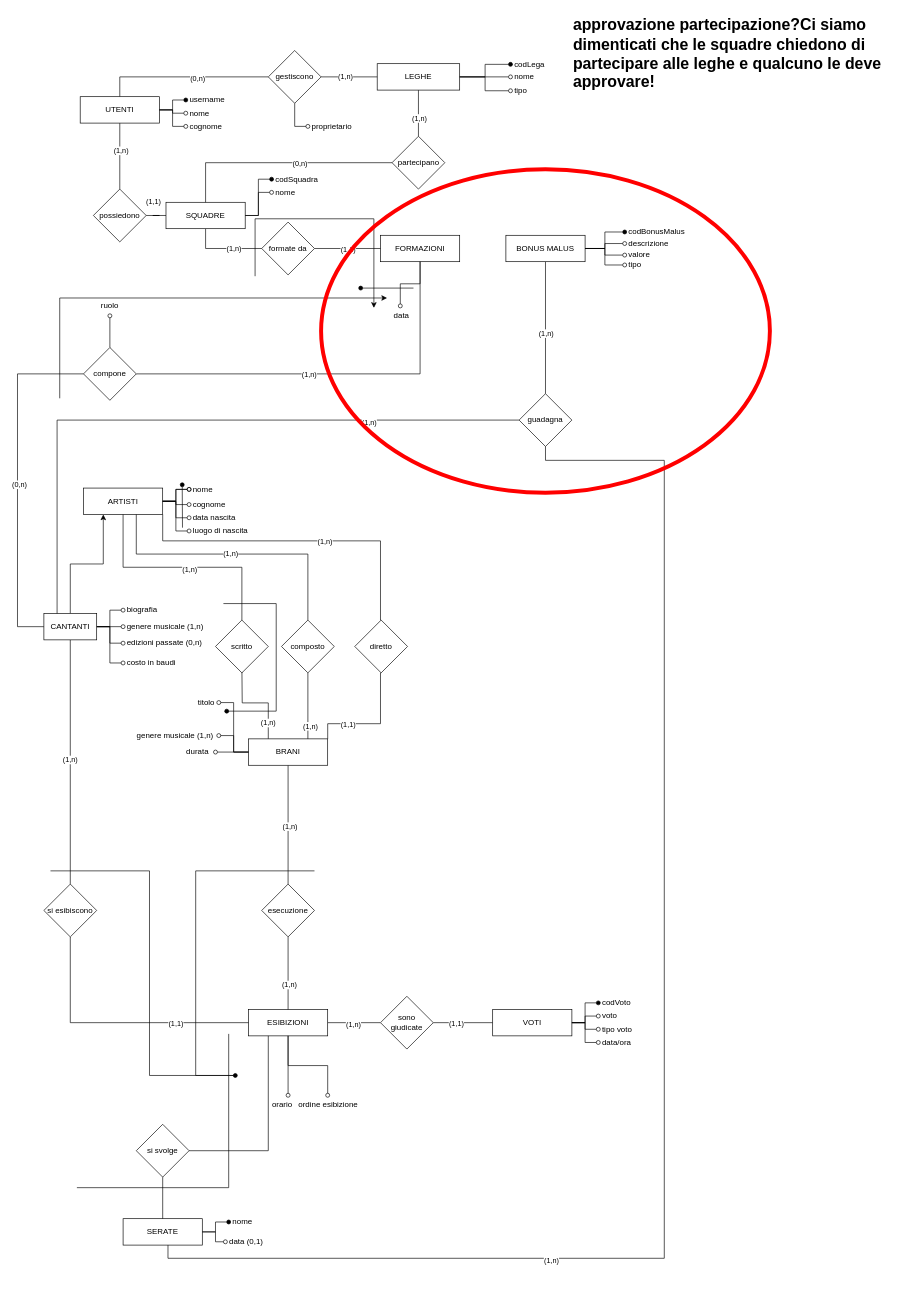
Above: page "festival_sanremo_v2" (1 of 2) of progetto_esame/fantasanremo.drawio in RaphyJake/Basi-di-dati (draw.io), before the change. Source tidied: cells renumbered, new cells numbered last; positions are measured from the earlier drawing's top-left corner, leaving out a move shared by most shapes. Both pictures are drawn from the tidied source at 66%, with x=0, y=0 at pixel (17, 11).
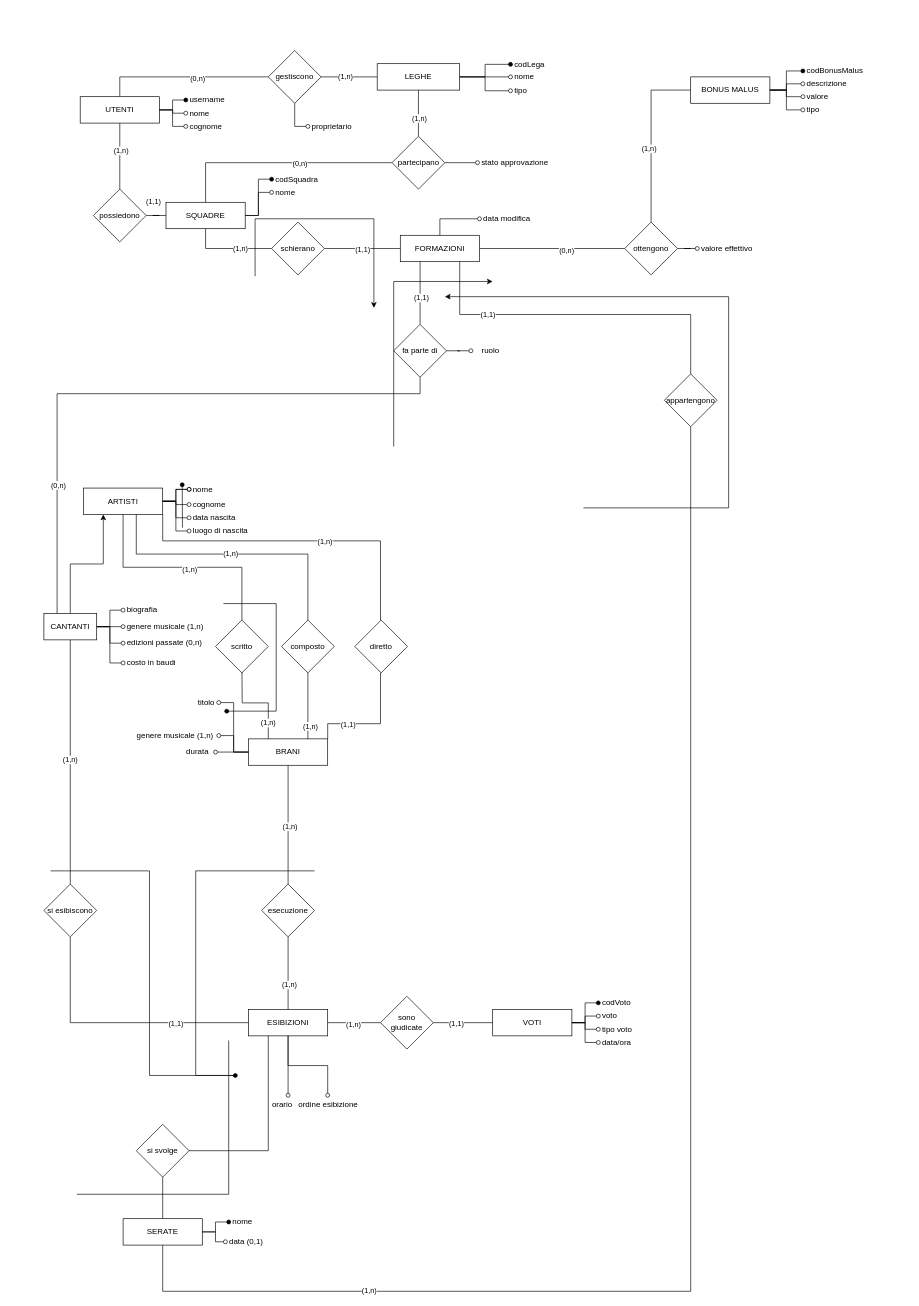
After the change.

Commit message (it also covers changes not shown here):
revisione ulteriore

Unchanged cells that the change refers to:
```xml
<mxCell id="96" value="CANTANTI" style="rounded=0;whiteSpace=wrap;html=1;" parent="1" vertex="1">
  <mxGeometry x="40" y="912" width="80" height="40" as="geometry" />
</mxCell>
<mxCell id="142" value="partecipano" style="rhombus;whiteSpace=wrap;html=1;" parent="1" vertex="1">
  <mxGeometry x="567.5" y="189" width="80" height="80" as="geometry" />
</mxCell>
<mxCell id="145" value="SERATE" style="rounded=0;whiteSpace=wrap;html=1;" parent="1" vertex="1">
  <mxGeometry x="160" y="1829" width="120" height="40" as="geometry" />
</mxCell>
```

The edit, as a diff of the source:
```diff
@@
+    <mxCell id="158" style="edgeStyle=orthogonalEdgeStyle;rounded=0;jettySize=auto;html=1;entryX=0;entryY=0.5;entryDx=0;entryDy=0;endArrow=none;startFill=0;" parent="1" edge="1" source="78" target="174">
+      <mxGeometry relative="1" as="geometry" />
+    </mxCell>
+    <mxCell id="159" value="(0,n)" style="edgeLabel;html=1;align=center;verticalAlign=middle;" parent="158" vertex="1">
+      <mxGeometry x="0.19" y="-3" relative="1" as="geometry" />
+    </mxCell>
     <mxCell id="78" value="FORMAZIONI" style="rounded=0;whiteSpace=wrap;html=1;" parent="1" vertex="1">
-      <mxGeometry x="550" y="339" width="120" height="40" as="geometry" />
+      <mxGeometry x="580" y="339" width="120" height="40" as="geometry" />
     </mxCell>
-    <mxCell id="79" style="edgeStyle=orthogonalEdgeStyle;rounded=0;jettySize=auto;html=1;entryX=0.5;entryY=1;entryDx=0;entryDy=0;endArrow=none;startFill=0;" parent="1" edge="1" source="81" target="78">
-      <mxGeometry relative="1" as="geometry" />
-    </mxCell>
-    <mxCell id="80" value="(1,n)" style="edgeLabel;html=1;align=center;verticalAlign=middle;" parent="79" vertex="1">
-      <mxGeometry x="-0.13" relative="1" as="geometry" />
-    </mxCell>
-    <mxCell id="81" value="compone" style="rhombus;whiteSpace=wrap;html=1;" parent="1" vertex="1">
-      <mxGeometry x="100" y="509" width="80" height="80" as="geometry" />
-    </mxCell>
-    <mxCell id="82" style="edgeStyle=orthogonalEdgeStyle;rounded=0;jettySize=auto;html=1;endArrow=oval;endFill=0;" parent="1" edge="1" source="78" target="83">
+    <mxCell id="82" style="edgeStyle=orthogonalEdgeStyle;rounded=0;jettySize=auto;html=1;endArrow=oval;endFill=0;entryX=0;entryY=0.5;entryDx=0;entryDy=0;" parent="1" edge="1" source="78" target="83">
       <mxGeometry relative="1" as="geometry" />
     </mxCell>
-    <mxCell id="83" value="data" style="text;html=1;align=center;verticalAlign=middle;whiteSpace=wrap;rounded=0;spacingLeft=4;" parent="1" vertex="1">
-      <mxGeometry x="550" y="446" width="60" height="30" as="geometry" />
+    <mxCell id="83" value="data modifica" style="text;html=1;align=left;verticalAlign=middle;whiteSpace=wrap;rounded=0;spacingLeft=4;" parent="1" vertex="1">
+      <mxGeometry x="700" y="299" width="80" height="30" as="geometry" />
     </mxCell>
-    <mxCell id="84" style="edgeStyle=orthogonalEdgeStyle;rounded=0;jettySize=auto;html=1;entryX=0.5;entryY=0;entryDx=0;entryDy=0;endArrow=none;startFill=0;" parent="1" edge="1" source="86" target="125">
-      <mxGeometry relative="1" as="geometry" />
-    </mxCell>
-    <mxCell id="85" value="(1,n)" style="edgeLabel;html=1;align=center;verticalAlign=middle;" parent="84" vertex="1">
-      <mxGeometry x="0.08" relative="1" as="geometry" />
-    </mxCell>
+    <mxCell id="160" style="edgeStyle=orthogonalEdgeStyle;rounded=0;jettySize=auto;html=1;entryX=0.5;entryY=0;entryDx=0;entryDy=0;endArrow=none;startFill=0;" parent="1" edge="1" source="86" target="174">
+      <mxGeometry relative="1" as="geometry" />
+    </mxCell>
+    <mxCell id="161" value="(1,n)" style="edgeLabel;html=1;align=center;verticalAlign=middle;" parent="160" vertex="1">
+      <mxGeometry x="0.14" y="-4" relative="1" as="geometry" />
+    </mxCell>
     <mxCell id="86" value="BONUS MALUS" style="rounded=0;whiteSpace=wrap;html=1;" parent="1" vertex="1">
-      <mxGeometry x="740" y="339" width="120" height="40" as="geometry" />
+      <mxGeometry x="1020" y="99" width="120" height="40" as="geometry" />
     </mxCell>
@@
     <mxCell id="88" value="codBonusMalus" style="text;html=1;align=left;verticalAlign=middle;whiteSpace=wrap;rounded=0;spacingLeft=4;" parent="1" vertex="1">
-      <mxGeometry x="920" y="319" width="110" height="30" as="geometry" />
+      <mxGeometry x="1190" y="75" width="110" height="30" as="geometry" />
     </mxCell>
-    <mxCell id="89" style="edgeStyle=orthogonalEdgeStyle;rounded=0;jettySize=auto;html=1;endArrow=oval;endFill=0;exitX=1;exitY=0.5;exitDx=0;exitDy=0;" parent="1" edge="1" source="86" target="90">
+    <mxCell id="89" style="edgeStyle=orthogonalEdgeStyle;rounded=0;jettySize=auto;html=1;endArrow=oval;endFill=0;exitX=1;exitY=0.5;exitDx=0;exitDy=0;entryX=0;entryY=0.5;entryDx=0;entryDy=0;" parent="1" edge="1" source="86" target="90">
       <mxGeometry relative="1" as="geometry" />
     </mxCell>
     <mxCell id="90" value="valore" style="text;html=1;align=left;verticalAlign=middle;whiteSpace=wrap;rounded=0;spacingLeft=4;" parent="1" vertex="1">
-      <mxGeometry x="920" y="354" width="60" height="30" as="geometry" />
+      <mxGeometry x="1190" y="114" width="60" height="30" as="geometry" />
     </mxCell>
-    <mxCell id="91" style="edgeStyle=orthogonalEdgeStyle;rounded=0;jettySize=auto;html=1;exitX=1;exitY=0.5;exitDx=0;exitDy=0;endArrow=oval;endFill=0;" parent="1" edge="1" source="86" target="92">
+    <mxCell id="91" style="edgeStyle=orthogonalEdgeStyle;rounded=0;jettySize=auto;html=1;exitX=1;exitY=0.5;exitDx=0;exitDy=0;endArrow=oval;endFill=0;entryX=0;entryY=0.5;entryDx=0;entryDy=0;" parent="1" edge="1" source="86" target="92">
       <mxGeometry relative="1" as="geometry" />
     </mxCell>
     <mxCell id="92" value="descrizione" style="text;html=1;align=left;verticalAlign=middle;whiteSpace=wrap;rounded=0;spacingLeft=4;" parent="1" vertex="1">
-      <mxGeometry x="920" y="339" width="91" height="25" as="geometry" />
+      <mxGeometry x="1190" y="95" width="90.5" height="29" as="geometry" />
     </mxCell>
@@
-    <mxCell id="94" style="edgeStyle=orthogonalEdgeStyle;rounded=0;jettySize=auto;html=1;entryX=0;entryY=0.5;entryDx=0;entryDy=0;endArrow=none;startFill=0;" parent="1" edge="1" source="96" target="81">
-      <mxGeometry relative="1" as="geometry">
-        <Array as="points">
-          <mxPoint y="932" />
-          <mxPoint y="549" />
-        </Array>
-      </mxGeometry>
-    </mxCell>
-    <mxCell id="95" value="(0,n)" style="edgeLabel;html=1;align=center;verticalAlign=middle;" parent="94" vertex="1">
-      <mxGeometry x="-0.02" y="-2" relative="1" as="geometry" />
-    </mxCell>
+    <mxCell id="162" style="edgeStyle=orthogonalEdgeStyle;rounded=0;jettySize=auto;html=1;exitX=0.25;exitY=0;exitDx=0;exitDy=0;entryX=0.5;entryY=1;entryDx=0;entryDy=0;endArrow=none;startFill=0;" parent="1" edge="1" source="96" target="170">
+      <mxGeometry relative="1" as="geometry">
+        <Array as="points">
+          <mxPoint x="60" y="579" />
+          <mxPoint x="610" y="579" />
+        </Array>
+      </mxGeometry>
+    </mxCell>
+    <mxCell id="163" value="(0,n)" style="edgeLabel;html=1;align=center;verticalAlign=middle;" parent="162" vertex="1">
+      <mxGeometry x="-0.57" y="-1" relative="1" as="geometry" />
+    </mxCell>
@@
-    <mxCell id="115" value="formate da" style="rhombus;whiteSpace=wrap;html=1;" parent="1" vertex="1">
-      <mxGeometry x="370" y="319" width="80" height="80" as="geometry" />
+    <mxCell id="115" value="schierano" style="rhombus;whiteSpace=wrap;html=1;" parent="1" vertex="1">
+      <mxGeometry x="385" y="319" width="80" height="80" as="geometry" />
     </mxCell>
@@
-    <mxCell id="117" style="edgeStyle=orthogonalEdgeStyle;rounded=0;jettySize=auto;html=1;exitX=0.5;exitY=0;exitDx=0;exitDy=0;endArrow=oval;endFill=0;" parent="1" edge="1" source="81" target="118">
-      <mxGeometry relative="1" as="geometry" />
-    </mxCell>
-    <mxCell id="118" value="ruolo" style="text;html=1;align=center;verticalAlign=middle;whiteSpace=wrap;rounded=0;" parent="1" vertex="1">
-      <mxGeometry x="110" y="431" width="60" height="30" as="geometry" />
-    </mxCell>
-    <mxCell id="119" style="endArrow=classic;html=1;rounded=0;" parent="1" edge="1">
-      <mxGeometry relative="1" as="geometry">
-        <mxPoint x="64" y="586" as="sourcePoint" />
-        <mxPoint x="560" y="434" as="targetPoint" />
-        <Array as="points">
-          <mxPoint x="64" y="434" />
-        </Array>
-      </mxGeometry>
-    </mxCell>
-    <mxCell id="120" style="endArrow=oval;html=1;rounded=0;endFill=1;" parent="1" edge="1">
-      <mxGeometry relative="1" as="geometry">
-        <mxPoint x="600" y="419" as="sourcePoint" />
-        <mxPoint x="520" y="419" as="targetPoint" />
-      </mxGeometry>
-    </mxCell>
@@
-    <mxCell id="123" style="endArrow=none;html=1;rounded=0;exitX=0.25;exitY=0;exitDx=0;exitDy=0;startFill=0;entryX=0;entryY=0.5;entryDx=0;entryDy=0;" parent="1" edge="1" source="96" target="125">
-      <mxGeometry relative="1" as="geometry">
-        <Array as="points">
-          <mxPoint x="60" y="619" />
-        </Array>
-      </mxGeometry>
-    </mxCell>
-    <mxCell id="124" value="(1,n)" style="edgeLabel;html=1;align=center;verticalAlign=middle;" parent="123" vertex="1">
-      <mxGeometry x="0.54" y="-3" relative="1" as="geometry" />
-    </mxCell>
-    <mxCell id="125" value="guadagna" style="rhombus;whiteSpace=wrap;html=1;" parent="1" vertex="1">
-      <mxGeometry x="760" y="579" width="80" height="80" as="geometry" />
-    </mxCell>
@@
     <mxCell id="144" value="tipo" style="text;html=1;align=left;verticalAlign=middle;whiteSpace=wrap;rounded=0;spacingLeft=4;" parent="1" vertex="1">
-      <mxGeometry x="920" y="369" width="60" height="30" as="geometry" />
+      <mxGeometry x="1190" y="139" width="50.5" height="20" as="geometry" />
     </mxCell>
+    <mxCell id="164" style="edgeStyle=orthogonalEdgeStyle;rounded=0;jettySize=auto;html=1;entryX=0.5;entryY=1;entryDx=0;entryDy=0;endArrow=none;startFill=0;" parent="1" edge="1" source="145" target="177">
+      <mxGeometry relative="1" as="geometry">
+        <Array as="points">
+          <mxPoint x="220" y="1939" />
+          <mxPoint x="1020" y="1939" />
+        </Array>
+      </mxGeometry>
+    </mxCell>
+    <mxCell id="165" value="(1,n)" style="edgeLabel;html=1;align=center;verticalAlign=middle;" parent="164" vertex="1">
+      <mxGeometry x="-0.65" y="2" relative="1" as="geometry" />
+    </mxCell>
@@
     <mxCell id="153" style="endArrow=none;html=1;rounded=0;startFill=0;" parent="1" edge="1">
       <mxGeometry relative="1" as="geometry">
-        <mxPoint x="90" y="1782" as="sourcePoint" />
-        <mxPoint x="320" y="1549" as="targetPoint" />
+        <mxPoint x="90" y="1792" as="sourcePoint" />
+        <mxPoint x="320" y="1559" as="targetPoint" />
         <Array as="points">
-          <mxPoint x="320" y="1782" />
+          <mxPoint x="320" y="1792" />
         </Array>
       </mxGeometry>
     </mxCell>
-    <mxCell id="154" style="edgeStyle=orthogonalEdgeStyle;rounded=0;jettySize=auto;html=1;exitX=0.5;exitY=1;exitDx=0;exitDy=0;entryX=0.567;entryY=1;entryDx=0;entryDy=0;entryPerimeter=0;endArrow=none;startFill=0;" parent="1" edge="1" source="125" target="145">
-      <mxGeometry relative="1" as="geometry">
-        <Array as="points">
-          <mxPoint x="980" y="680" />
-          <mxPoint x="980" y="1889" />
-          <mxPoint x="228" y="1889" />
-        </Array>
-      </mxGeometry>
-    </mxCell>
-    <mxCell id="155" value="(1,n)" style="edgeLabel;html=1;align=center;verticalAlign=middle;" parent="154" vertex="1">
-      <mxGeometry x="0.45" y="2" relative="1" as="geometry" />
-    </mxCell>
-    <mxCell id="156" style="ellipse;whiteSpace=wrap;html=1;fillColor=none;strokeColor=#FF0000;strokeWidth=6;" parent="1" vertex="1">
-      <mxGeometry x="460" y="239" width="680" height="490" as="geometry" />
-    </mxCell>
-    <mxCell id="157" value="&lt;h1 style=&quot;margin-top: 0px;&quot;&gt;approvazione partecipazione?Ci siamo dimenticati che le squadre chiedono di partecipare alle leghe e qualcuno le deve approvare!&lt;/h1&gt;" style="text;html=1;whiteSpace=wrap;overflow=hidden;rounded=0;" parent="1" vertex="1">
-      <mxGeometry x="840" width="510" height="160" as="geometry" />
-    </mxCell>
+    <mxCell id="166" style="edgeStyle=orthogonalEdgeStyle;rounded=0;jettySize=auto;html=1;endArrow=oval;endFill=0;exitX=1;exitY=0.5;exitDx=0;exitDy=0;" parent="1" edge="1" source="174" target="167">
+      <mxGeometry relative="1" as="geometry" />
+    </mxCell>
+    <mxCell id="167" value="valore effettivo" style="text;html=1;align=left;verticalAlign=middle;whiteSpace=wrap;rounded=0;spacingLeft=4;" parent="1" vertex="1">
+      <mxGeometry x="1030" y="344" width="110" height="30" as="geometry" />
+    </mxCell>
+    <mxCell id="168" style="edgeStyle=orthogonalEdgeStyle;rounded=0;jettySize=auto;html=1;entryX=0.25;entryY=1;entryDx=0;entryDy=0;endArrow=none;startFill=0;" parent="1" edge="1" source="170" target="78">
+      <mxGeometry relative="1" as="geometry" />
+    </mxCell>
+    <mxCell id="169" value="(1,1)" style="edgeLabel;html=1;align=center;verticalAlign=middle;" parent="168" vertex="1">
+      <mxGeometry x="-0.13" y="-1" relative="1" as="geometry" />
+    </mxCell>
+    <mxCell id="170" value="fa parte di" style="rhombus;whiteSpace=wrap;html=1;" parent="1" vertex="1">
+      <mxGeometry x="570" y="474" width="80" height="80" as="geometry" />
+    </mxCell>
+    <mxCell id="171" style="edgeStyle=orthogonalEdgeStyle;rounded=0;jettySize=auto;html=1;endArrow=oval;endFill=0;exitX=1;exitY=0.5;exitDx=0;exitDy=0;" parent="1" edge="1" source="170" target="118">
+      <mxGeometry relative="1" as="geometry" />
+    </mxCell>
+    <mxCell id="118" value="ruolo" style="text;html=1;align=center;verticalAlign=middle;whiteSpace=wrap;rounded=0;" parent="1" vertex="1">
+      <mxGeometry x="687" y="499" width="60" height="30" as="geometry" />
+    </mxCell>
+    <mxCell id="172" style="edgeStyle=orthogonalEdgeStyle;rounded=0;jettySize=auto;html=1;endArrow=oval;endFill=0;exitX=1;exitY=0.5;exitDx=0;exitDy=0;" parent="1" edge="1" source="142" target="173">
+      <mxGeometry relative="1" as="geometry" />
+    </mxCell>
+    <mxCell id="173" value="stato approvazione" style="text;html=1;align=left;verticalAlign=middle;whiteSpace=wrap;rounded=0;spacingLeft=4;" parent="1" vertex="1">
+      <mxGeometry x="697" y="214" width="110" height="30" as="geometry" />
+    </mxCell>
+    <mxCell id="174" value="ottengono" style="rhombus;whiteSpace=wrap;html=1;" parent="1" vertex="1">
+      <mxGeometry x="920" y="319" width="80" height="80" as="geometry" />
+    </mxCell>
+    <mxCell id="175" style="edgeStyle=orthogonalEdgeStyle;rounded=0;jettySize=auto;html=1;entryX=0.75;entryY=1;entryDx=0;entryDy=0;endArrow=none;startFill=0;exitX=0.5;exitY=0;exitDx=0;exitDy=0;" parent="1" edge="1" source="177" target="78">
+      <mxGeometry relative="1" as="geometry">
+        <Array as="points">
+          <mxPoint x="1020" y="539" />
+          <mxPoint x="1020" y="459" />
+          <mxPoint x="670" y="459" />
+        </Array>
+      </mxGeometry>
+    </mxCell>
+    <mxCell id="176" value="(1,1)" style="edgeLabel;html=1;align=center;verticalAlign=middle;" parent="175" vertex="1">
+      <mxGeometry x="0.53" relative="1" as="geometry" />
+    </mxCell>
+    <mxCell id="177" value="appartengono" style="rhombus;whiteSpace=wrap;html=1;" parent="1" vertex="1">
+      <mxGeometry x="980" y="549" width="80" height="80" as="geometry" />
+    </mxCell>
+    <mxCell id="178" style="endArrow=classic;html=1;rounded=0;" parent="1" edge="1">
+      <mxGeometry relative="1" as="geometry">
+        <mxPoint x="570" y="659" as="sourcePoint" />
+        <mxPoint x="720" y="409" as="targetPoint" />
+        <Array as="points">
+          <mxPoint x="570" y="619" />
+          <mxPoint x="570" y="409" />
+        </Array>
+      </mxGeometry>
+    </mxCell>
+    <mxCell id="179" style="endArrow=classic;html=1;rounded=0;" parent="1" edge="1">
+      <mxGeometry relative="1" as="geometry">
+        <mxPoint x="857.5" y="752" as="sourcePoint" />
+        <mxPoint x="647.5" y="432" as="targetPoint" />
+        <Array as="points">
+          <mxPoint x="1077.5" y="752" />
+          <mxPoint x="1077.5" y="432" />
+        </Array>
+      </mxGeometry>
+    </mxCell>
```
